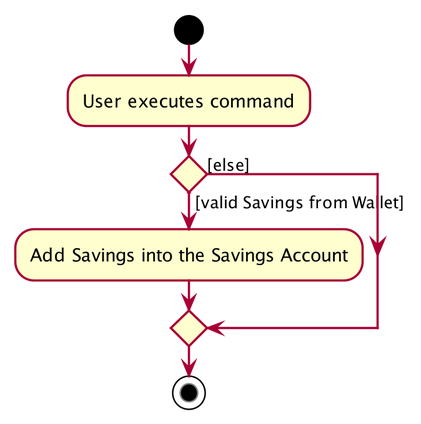
Before: images/SaveActivityDiagram.png, a diagram exported from PlantUML (AY1920S1-CS2103T-F13-2/main).
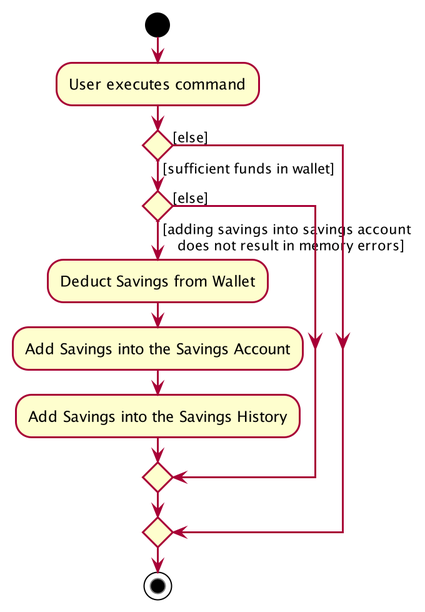
Above is the later version.

What changed in the source:
```diff
@@ -35,11 +35,11 @@
 
 skinparam Participant {
     FontColor #FFFFFFF
-    Padding 20
+    Padding 10
 }
 
 skinparam MinClassWidth 50
-skinparam ParticipantPadding 10
+skinparam ParticipantPadding 5
 skinparam Shadowing false
 skinparam DefaultTextAlignment center
 skinparam packageStyle Rectangle
@@ -52,9 +52,16 @@
 :User executes command;
 
 
-if () then ([valid Savings from Wallet])
-    :Add Savings into the Savings Account;
+if () then ([sufficient funds in wallet])
+    if () then ([adding savings into savings account
+    does not result in memory errors])
+        :Deduct Savings from Wallet;
+        :Add Savings into the Savings Account;
+        :Add Savings into the Savings History;
     else([else])
+    endif
+else ([else])
 endif
 stop
+
 @enduml
```
